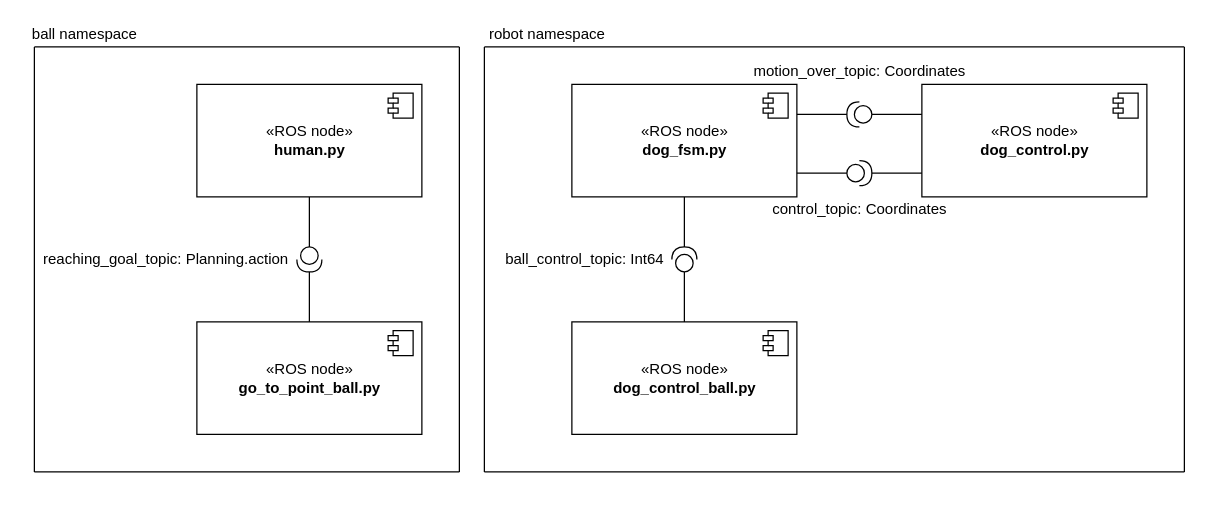
Above: assignment2/other/architecture.drawio in andreabradpitto/Experimental-robotics-laboratory (draw.io), before the change. Source tidied: cells renumbered, new cells numbered last; positions are measured from the earlier drawing's top-left corner, leaving out a move shared by most shapes. Both pictures are drawn from the tidied source at 125%, with x=0, y=0 at pixel (21, 21).
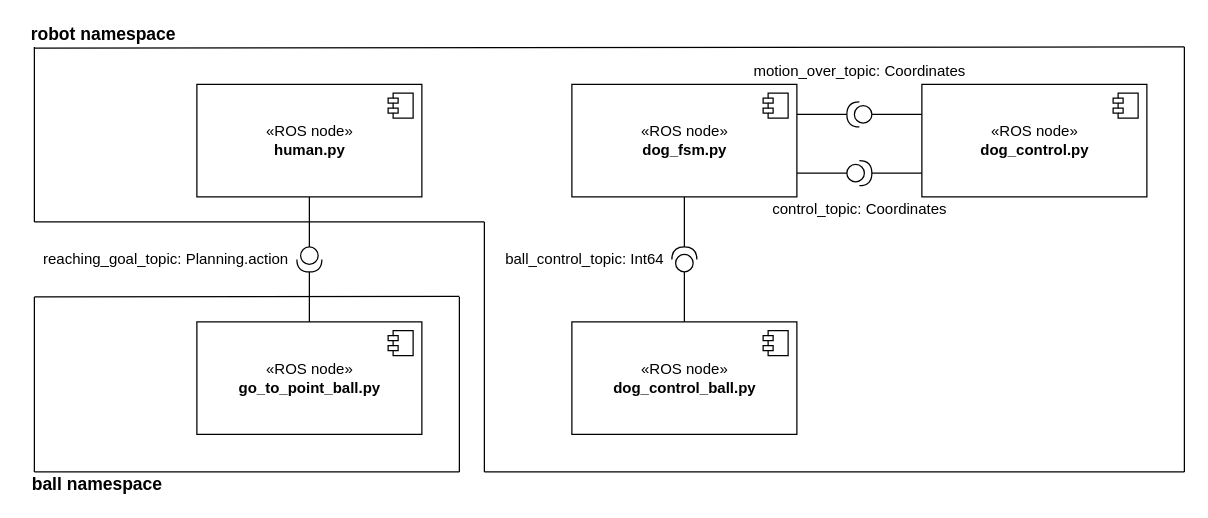
The same diagram, later.

What changed in the source:
```diff
@@
     <mxCell id="28" style="endArrow=none;html=1;" parent="1" edge="1">
       <mxGeometry relative="1" as="geometry">
         <mxPoint x="10" y="360" as="sourcePoint" />
-        <mxPoint x="10" y="20" as="targetPoint" />
+        <mxPoint x="10" y="220" as="targetPoint" />
       </mxGeometry>
     </mxCell>
     <mxCell id="29" style="endArrow=none;html=1;" parent="1" edge="1">
       <mxGeometry relative="1" as="geometry">
         <mxPoint x="350" y="360" as="sourcePoint" />
-        <mxPoint x="350" y="20" as="targetPoint" />
+        <mxPoint x="350" y="220" as="targetPoint" />
       </mxGeometry>
     </mxCell>
@@
-    <mxCell id="31" style="endArrow=none;html=1;" parent="1" edge="1">
-      <mxGeometry relative="1" as="geometry">
-        <mxPoint x="350" y="20" as="sourcePoint" />
-        <mxPoint x="10" y="20" as="targetPoint" />
-      </mxGeometry>
-    </mxCell>
@@
     <mxCell id="33" style="endArrow=none;html=1;" parent="1" edge="1">
       <mxGeometry relative="1" as="geometry">
         <mxPoint x="930" y="20" as="sourcePoint" />
-        <mxPoint x="370" y="20" as="targetPoint" />
+        <mxPoint x="10" y="21" as="targetPoint" />
       </mxGeometry>
     </mxCell>
     <mxCell id="34" style="endArrow=none;html=1;" parent="1" edge="1">
       <mxGeometry relative="1" as="geometry">
         <mxPoint x="370" y="360" as="sourcePoint" />
-        <mxPoint x="370" y="20" as="targetPoint" />
+        <mxPoint x="370" y="160" as="targetPoint" />
       </mxGeometry>
     </mxCell>
@@
-    <mxCell id="36" value="ball namespace" style="text;html=1;align=center;verticalAlign=middle;" parent="1" vertex="1">
-      <mxGeometry width="100" height="20" as="geometry" />
+    <mxCell id="36" value="&lt;b&gt;&lt;font style=&quot;font-size: 14px&quot;&gt;ball namespace&lt;/font&gt;&lt;/b&gt;" style="text;html=1;align=center;verticalAlign=middle;" parent="1" vertex="1">
+      <mxGeometry y="360" width="120" height="20" as="geometry" />
     </mxCell>
-    <mxCell id="37" value="robot namespace" style="text;html=1;align=center;verticalAlign=middle;" parent="1" vertex="1">
-      <mxGeometry x="365" width="110" height="20" as="geometry" />
+    <mxCell id="37" value="&lt;b&gt;&lt;font style=&quot;font-size: 14px&quot;&gt;robot namespace&lt;/font&gt;&lt;/b&gt;" style="text;html=1;align=center;verticalAlign=middle;" parent="1" vertex="1">
+      <mxGeometry width="130" height="20" as="geometry" />
     </mxCell>
+    <mxCell id="38" style="endArrow=none;html=1;" parent="1" edge="1">
+      <mxGeometry relative="1" as="geometry">
+        <mxPoint x="10" y="160" as="sourcePoint" />
+        <mxPoint x="10" y="20" as="targetPoint" />
+      </mxGeometry>
+    </mxCell>
+    <mxCell id="39" style="endArrow=none;html=1;" parent="1" edge="1">
+      <mxGeometry relative="1" as="geometry">
+        <mxPoint x="10" y="160" as="sourcePoint" />
+        <mxPoint x="370" y="160" as="targetPoint" />
+      </mxGeometry>
+    </mxCell>
+    <mxCell id="40" style="endArrow=none;html=1;" parent="1" edge="1">
+      <mxGeometry relative="1" as="geometry">
+        <mxPoint x="10" y="220" as="sourcePoint" />
+        <mxPoint x="350" y="219.5" as="targetPoint" />
+      </mxGeometry>
+    </mxCell>
```
